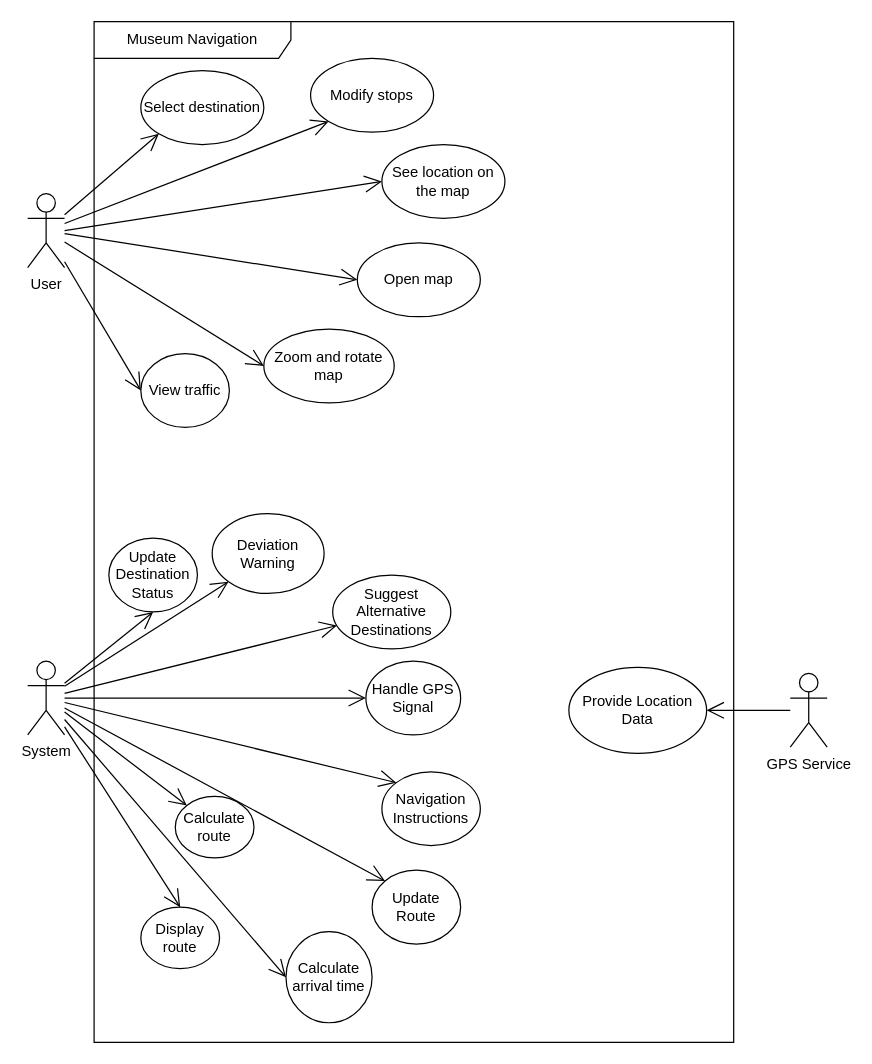
Earlier version of the draw.io diagram Use Case Diagrams/Calculate-and-Display-Route.drawio (gsklaven/MusePath). Source tidied: cells renumbered, new cells numbered last; positions are measured from the earlier drawing's top-left corner, leaving out a move shared by most shapes. Both pictures are drawn from the tidied source at 123%, with x=0, y=0 at pixel (27, 21).
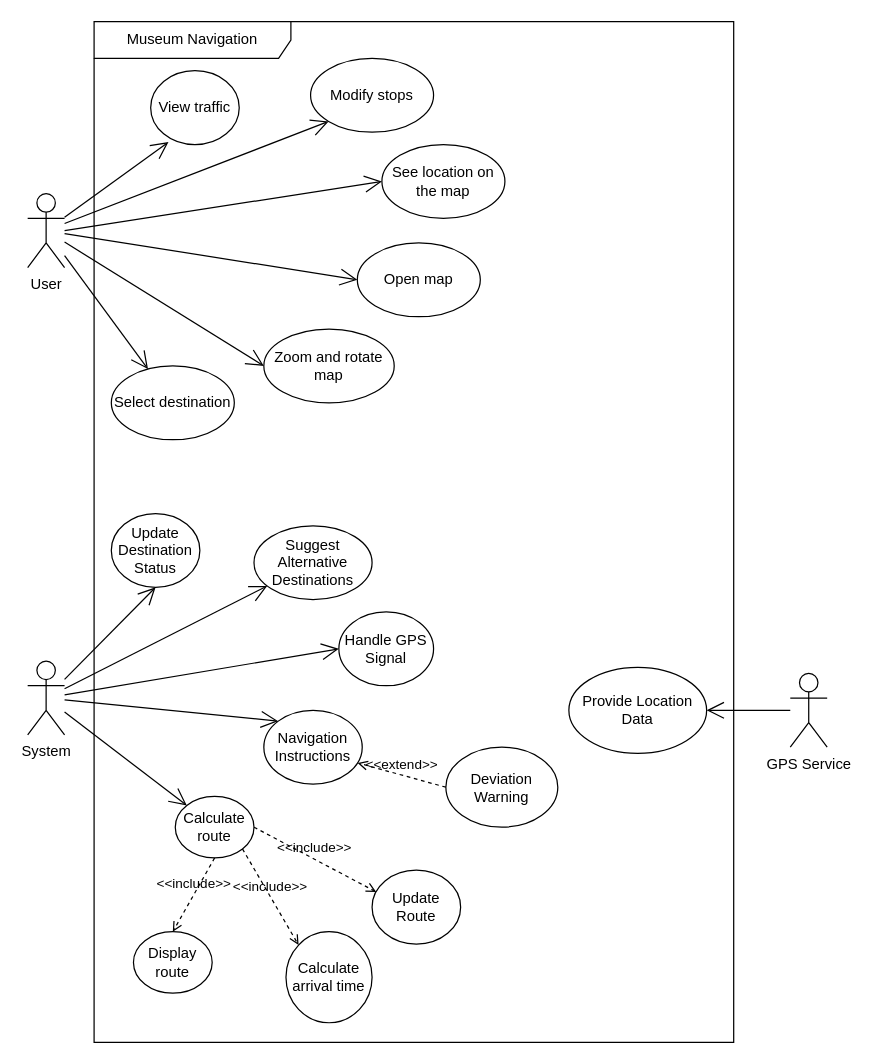
The same page after the edit.

Commit message (it also covers changes not shown here):
fix route use case diagram

The change refers to these unchanged cells:
```xml
<mxCell id="2" value="&lt;div&gt;Museum Navigation&lt;/div&gt;" style="shape=umlFrame;whiteSpace=wrap;html=1;width=160;" parent="1" vertex="1">
  <mxGeometry x="54" width="520" height="830" as="geometry" />
</mxCell>
<mxCell id="9" value="Calculate arrival time" style="ellipse;whiteSpace=wrap;html=1;direction=south;" parent="2" vertex="1">
  <mxGeometry x="156" y="740" width="70" height="74" as="geometry" />
</mxCell>
<mxCell id="10" value="Calculate route" style="ellipse;whiteSpace=wrap;html=1;" parent="2" vertex="1">
  <mxGeometry x="66" y="630" width="64" height="50" as="geometry" />
</mxCell>
<mxCell id="13" value="Update Route" style="ellipse;whiteSpace=wrap;html=1;" parent="2" vertex="1">
  <mxGeometry x="226" y="690" width="72" height="60" as="geometry" />
</mxCell>
<mxCell id="19" value="User" style="shape=umlActor;verticalLabelPosition=bottom;verticalAlign=top;html=1;" parent="1" vertex="1">
  <mxGeometry y="140" width="30" height="60" as="geometry" />
</mxCell>
<mxCell id="20" value="System" style="shape=umlActor;verticalLabelPosition=bottom;verticalAlign=top;html=1;" parent="1" vertex="1">
  <mxGeometry y="520" width="30" height="60" as="geometry" />
</mxCell>
```

Diff of the diagram source:
```diff
@@
     <mxCell id="5" value="Select destination" style="ellipse;whiteSpace=wrap;html=1;" parent="2" vertex="1">
-      <mxGeometry x="38" y="40" width="100" height="60" as="geometry" />
+      <mxGeometry x="14" y="280" width="100" height="60" as="geometry" />
     </mxCell>
@@
     <mxCell id="11" value="Handle GPS Signal" style="ellipse;whiteSpace=wrap;html=1;" parent="2" vertex="1">
-      <mxGeometry x="221" y="520" width="77" height="60" as="geometry" />
+      <mxGeometry x="199" y="480" width="77" height="60" as="geometry" />
     </mxCell>
     <mxCell id="12" value="Navigation Instructions" style="ellipse;whiteSpace=wrap;html=1;" parent="2" vertex="1">
-      <mxGeometry x="234" y="610" width="80" height="60" as="geometry" />
+      <mxGeometry x="138" y="560" width="80" height="60" as="geometry" />
     </mxCell>
@@
     <mxCell id="14" value="Update&lt;div&gt;Destination&lt;br&gt;&lt;div&gt;Status&lt;/div&gt;&lt;/div&gt;" style="ellipse;whiteSpace=wrap;html=1;" parent="2" vertex="1">
-      <mxGeometry x="12" y="420" width="72" height="60" as="geometry" />
+      <mxGeometry x="14" y="400" width="72" height="60" as="geometry" />
     </mxCell>
     <mxCell id="15" value="Suggest Alternative Destinations" style="ellipse;whiteSpace=wrap;html=1;" parent="2" vertex="1">
-      <mxGeometry x="194" y="450" width="96" height="60" as="geometry" />
+      <mxGeometry x="130" y="410" width="96" height="60" as="geometry" />
     </mxCell>
     <mxCell id="16" value="Deviation&lt;div&gt;Warning&lt;/div&gt;" style="ellipse;whiteSpace=wrap;html=1;" parent="2" vertex="1">
-      <mxGeometry x="96" y="400" width="91" height="65" as="geometry" />
+      <mxGeometry x="286" y="590" width="91" height="65" as="geometry" />
     </mxCell>
     <mxCell id="17" value="View traffic" style="ellipse;whiteSpace=wrap;html=1;" parent="2" vertex="1">
-      <mxGeometry x="38" y="270" width="72" height="60" as="geometry" />
+      <mxGeometry x="46" y="40" width="72" height="60" as="geometry" />
     </mxCell>
     <mxCell id="18" value="Display&lt;div&gt;route&lt;/div&gt;" style="ellipse;whiteSpace=wrap;html=1;" parent="2" vertex="1">
-      <mxGeometry x="38" y="720" width="64" height="50" as="geometry" />
+      <mxGeometry x="32" y="740" width="64" height="50" as="geometry" />
     </mxCell>
+    <mxCell id="38" value="&amp;lt;&amp;lt;include&amp;gt;&amp;gt;" style="html=1;verticalAlign=bottom;labelBackgroundColor=none;endArrow=open;endFill=0;dashed=1;rounded=0;entryX=0.047;entryY=0.294;entryDx=0;entryDy=0;entryPerimeter=0;exitX=1;exitY=0.5;exitDx=0;exitDy=0;" parent="2" edge="1" source="10" target="13">
+      <mxGeometry relative="1" as="geometry" />
+    </mxCell>
+    <mxCell id="39" value="&amp;lt;&amp;lt;include&amp;gt;&amp;gt;" style="html=1;verticalAlign=bottom;labelBackgroundColor=none;endArrow=open;endFill=0;dashed=1;rounded=0;entryX=0;entryY=1;entryDx=0;entryDy=0;exitX=1;exitY=1;exitDx=0;exitDy=0;" parent="2" edge="1" source="10" target="9">
+      <mxGeometry relative="1" as="geometry" />
+    </mxCell>
+    <mxCell id="40" value="&amp;lt;&amp;lt;include&amp;gt;&amp;gt;" style="html=1;verticalAlign=bottom;labelBackgroundColor=none;endArrow=open;endFill=0;dashed=1;rounded=0;entryX=0.5;entryY=0;entryDx=0;entryDy=0;exitX=0.5;exitY=1;exitDx=0;exitDy=0;" parent="2" edge="1" source="10" target="18">
+      <mxGeometry relative="1" as="geometry" />
+    </mxCell>
+    <mxCell id="41" value="&amp;lt;&amp;lt;extend&amp;gt;&amp;gt;" style="html=1;verticalAlign=bottom;labelBackgroundColor=none;endArrow=open;endFill=0;dashed=1;rounded=0;entryX=0.953;entryY=0.713;entryDx=0;entryDy=0;entryPerimeter=0;exitX=0;exitY=0.5;exitDx=0;exitDy=0;" parent="2" edge="1" source="16" target="12">
+      <mxGeometry relative="1" as="geometry" />
+    </mxCell>
@@
-    <mxCell id="23" style="endArrow=open;endFill=1;endSize=12;html=1;rounded=0;entryX=0;entryY=1;entryDx=0;entryDy=0;" parent="1" edge="1" source="19" target="5">
+    <mxCell id="23" style="endArrow=open;endFill=1;endSize=12;html=1;rounded=0;" parent="1" edge="1" source="19" target="5">
       <mxGeometry relative="1" as="geometry" />
     </mxCell>
@@
-    <mxCell id="26" style="endArrow=open;endFill=1;endSize=12;html=1;rounded=0;entryX=0;entryY=0.5;entryDx=0;entryDy=0;" parent="1" edge="1" source="19" target="17">
+    <mxCell id="26" style="endArrow=open;endFill=1;endSize=12;html=1;rounded=0;entryX=0.201;entryY=0.966;entryDx=0;entryDy=0;entryPerimeter=0;" parent="1" edge="1" source="19" target="17">
       <mxGeometry relative="1" as="geometry" />
     </mxCell>
@@
-    <mxCell id="30" style="endArrow=open;endFill=1;endSize=12;html=1;rounded=0;entryX=0;entryY=1;entryDx=0;entryDy=0;" parent="1" edge="1" source="20" target="16">
-      <mxGeometry relative="1" as="geometry" />
-    </mxCell>
@@
-    <mxCell id="34" style="endArrow=open;endFill=1;endSize=12;html=1;rounded=0;entryX=0;entryY=0;entryDx=0;entryDy=0;" parent="1" edge="1" source="20" target="13">
-      <mxGeometry relative="1" as="geometry" />
-    </mxCell>
-    <mxCell id="35" style="endArrow=open;endFill=1;endSize=12;html=1;rounded=0;entryX=0.5;entryY=1;entryDx=0;entryDy=0;" parent="1" edge="1" source="20" target="9">
-      <mxGeometry relative="1" as="geometry" />
-    </mxCell>
@@
-    <mxCell id="37" style="endArrow=open;endFill=1;endSize=12;html=1;rounded=0;entryX=0.5;entryY=0;entryDx=0;entryDy=0;" parent="1" edge="1" source="20" target="18">
-      <mxGeometry relative="1" as="geometry" />
-    </mxCell>
```
